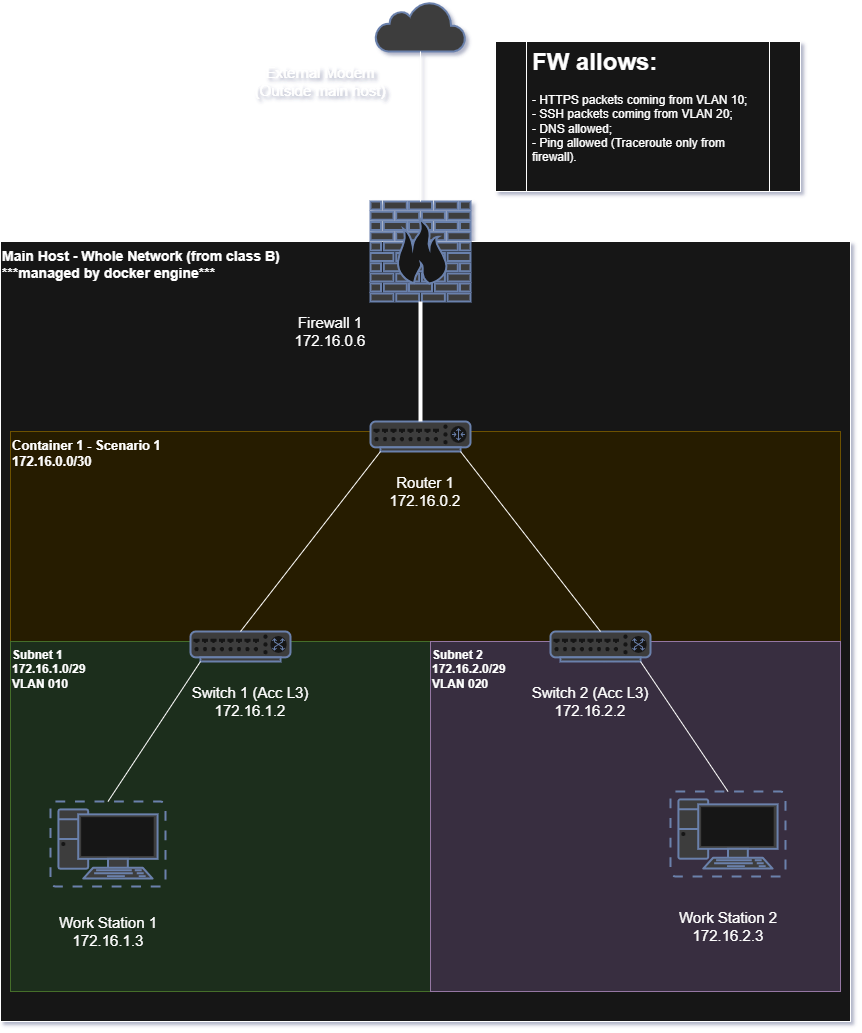
The draw.io diagram scenario-2/topology-2.png in AlmeidaCaio/computer-networks-tests, before a commit. Source tidied: cells renumbered, new cells last; positions are measured from the earlier drawing's top-left corner, leaving out a move shared by most shapes. The source it was exported from:
```xml
<mxGraphModel>
  <root>
    <mxCell id="0" />
    <mxCell id="1" parent="0" />
    <mxCell id="2" value="&lt;b style=&quot;font-size: 14px;&quot;&gt;Main Host - Whole Network (from class B)&lt;br&gt;***managed by docker engine***&lt;br&gt;&lt;/b&gt;" style="rounded=0;whiteSpace=wrap;html=1;verticalAlign=top;align=left;" parent="1" vertex="1">
      <mxGeometry y="240" width="850" height="780" as="geometry" />
    </mxCell>
    <mxCell id="3" value="&lt;b style=&quot;font-size: 13px;&quot;&gt;Container 1 - Scenario 1&lt;br&gt;172.16.0.0/30&lt;br&gt;&lt;/b&gt;" style="rounded=0;whiteSpace=wrap;html=1;fillColor=#fff2cc;strokeColor=#d6b656;verticalAlign=top;align=left;" parent="1" vertex="1">
      <mxGeometry x="10" y="430" width="830" height="210" as="geometry" />
    </mxCell>
    <mxCell id="4" value="&lt;b&gt;Subnet 1&lt;br&gt;172.16.1.0/29&lt;br&gt;VLAN 010&lt;/b&gt;" style="rounded=0;whiteSpace=wrap;html=1;fillColor=#d5e8d4;strokeColor=#82b366;verticalAlign=top;align=left;" parent="1" vertex="1">
      <mxGeometry x="10" y="640" width="420" height="350" as="geometry" />
    </mxCell>
    <mxCell id="5" style="fontColor=#0066CC;verticalAlign=top;verticalLabelPosition=bottom;labelPosition=center;align=center;html=1;outlineConnect=0;fillColor=#CCCCCC;strokeColor=#6881B3;gradientColor=none;gradientDirection=north;strokeWidth=2;shape=mxgraph.networks.virtual_pc;" parent="1" vertex="1">
      <mxGeometry x="50" y="800" width="115" height="85" as="geometry" />
    </mxCell>
    <mxCell id="6" value="&lt;b&gt;Subnet 2&lt;br&gt;172.16.2.0/29&lt;br&gt;VLAN 020&lt;/b&gt;" style="rounded=0;whiteSpace=wrap;html=1;fillColor=#e1d5e7;strokeColor=#9673a6;verticalAlign=top;align=left;" parent="1" vertex="1">
      <mxGeometry x="430" y="640" width="410" height="350" as="geometry" />
    </mxCell>
    <mxCell id="7" style="fontColor=#0066CC;verticalAlign=top;verticalLabelPosition=bottom;labelPosition=center;align=center;html=1;outlineConnect=0;fillColor=#CCCCCC;strokeColor=#6881B3;gradientColor=none;gradientDirection=north;strokeWidth=2;shape=mxgraph.networks.virtual_pc;" parent="1" vertex="1">
      <mxGeometry x="670" y="790" width="115" height="85" as="geometry" />
    </mxCell>
    <mxCell id="8" style="fontColor=#0066CC;verticalAlign=top;verticalLabelPosition=bottom;labelPosition=center;align=center;html=1;outlineConnect=0;fillColor=#CCCCCC;strokeColor=#6881B3;gradientColor=none;gradientDirection=north;strokeWidth=2;shape=mxgraph.networks.switch;" parent="1" vertex="1">
      <mxGeometry x="190" y="630" width="100" height="30" as="geometry" />
    </mxCell>
    <mxCell id="9" style="fontColor=#0066CC;verticalAlign=top;verticalLabelPosition=bottom;labelPosition=center;align=center;html=1;outlineConnect=0;fillColor=#CCCCCC;strokeColor=#6881B3;gradientColor=none;gradientDirection=north;strokeWidth=2;shape=mxgraph.networks.switch;" parent="1" vertex="1">
      <mxGeometry x="550" y="630" width="100" height="30" as="geometry" />
    </mxCell>
    <mxCell id="10" style="fontColor=#0066CC;verticalAlign=top;verticalLabelPosition=bottom;labelPosition=center;align=center;html=1;outlineConnect=0;fillColor=#CCCCCC;strokeColor=#6881B3;gradientColor=none;gradientDirection=north;strokeWidth=2;shape=mxgraph.networks.router;" parent="1" vertex="1">
      <mxGeometry x="370" y="420" width="100" height="30" as="geometry" />
    </mxCell>
    <mxCell id="11" style="fontColor=#0066CC;verticalAlign=top;verticalLabelPosition=bottom;labelPosition=center;align=center;html=1;outlineConnect=0;fillColor=#CCCCCC;strokeColor=#6881B3;gradientColor=none;gradientDirection=north;strokeWidth=2;shape=mxgraph.networks.firewall;" parent="1" vertex="1">
      <mxGeometry x="370" y="200" width="100" height="100" as="geometry" />
    </mxCell>
    <mxCell id="12" style="html=1;outlineConnect=0;fillColor=#CCCCCC;strokeColor=#6881B3;gradientColor=none;gradientDirection=north;strokeWidth=2;shape=mxgraph.networks.cloud;fontColor=#ffffff;" parent="1" vertex="1">
      <mxGeometry x="375" width="90" height="50" as="geometry" />
    </mxCell>
    <mxCell id="13" style="endArrow=none;html=1;rounded=0;entryX=0.5;entryY=1;entryDx=0;entryDy=0;entryPerimeter=0;exitX=0.5;exitY=0;exitDx=0;exitDy=0;exitPerimeter=0;" parent="1" edge="1" source="11" target="12">
      <mxGeometry relative="1" as="geometry" />
    </mxCell>
    <mxCell id="14" style="endArrow=none;html=1;rounded=0;entryX=0.5;entryY=1;entryDx=0;entryDy=0;entryPerimeter=0;exitX=0.5;exitY=0;exitDx=0;exitDy=0;exitPerimeter=0;strokeWidth=4;" parent="1" edge="1" source="10" target="11">
      <mxGeometry relative="1" as="geometry" />
    </mxCell>
    <mxCell id="15" style="endArrow=none;html=1;rounded=0;entryX=0.1;entryY=1;entryDx=0;entryDy=0;entryPerimeter=0;exitX=0.5;exitY=0;exitDx=0;exitDy=0;exitPerimeter=0;" parent="1" edge="1" source="8" target="10">
      <mxGeometry relative="1" as="geometry" />
    </mxCell>
    <mxCell id="16" style="endArrow=none;html=1;rounded=0;entryX=0.9;entryY=1;entryDx=0;entryDy=0;entryPerimeter=0;exitX=0.5;exitY=0;exitDx=0;exitDy=0;exitPerimeter=0;" parent="1" edge="1" source="9" target="10">
      <mxGeometry relative="1" as="geometry" />
    </mxCell>
    <mxCell id="17" style="endArrow=none;html=1;rounded=0;entryX=0.1;entryY=1;entryDx=0;entryDy=0;entryPerimeter=0;exitX=0.5;exitY=0;exitDx=0;exitDy=0;exitPerimeter=0;" parent="1" edge="1" source="5" target="8">
      <mxGeometry relative="1" as="geometry" />
    </mxCell>
    <mxCell id="18" style="endArrow=none;html=1;rounded=0;entryX=0.9;entryY=1;entryDx=0;entryDy=0;entryPerimeter=0;exitX=0.5;exitY=0;exitDx=0;exitDy=0;exitPerimeter=0;" parent="1" edge="1" source="7" target="9">
      <mxGeometry relative="1" as="geometry" />
    </mxCell>
    <mxCell id="19" value="Work Station 1&lt;br&gt;172.16.1.3" style="text;html=1;align=center;verticalAlign=middle;whiteSpace=wrap;rounded=0;fontSize=15;" parent="1" vertex="1">
      <mxGeometry x="37.5" y="890" width="140" height="80" as="geometry" />
    </mxCell>
    <mxCell id="20" value="Work Station 2&lt;br&gt;172.16.2.3" style="text;html=1;align=center;verticalAlign=middle;whiteSpace=wrap;rounded=0;fontSize=15;" parent="1" vertex="1">
      <mxGeometry x="657.5" y="885" width="140" height="80" as="geometry" />
    </mxCell>
    <mxCell id="21" value="Switch 1 (Acc L3)&lt;br&gt;172.16.1.2" style="text;html=1;align=center;verticalAlign=middle;whiteSpace=wrap;rounded=0;fontSize=15;" parent="1" vertex="1">
      <mxGeometry x="180" y="660" width="140" height="80" as="geometry" />
    </mxCell>
    <mxCell id="22" value="Switch 2 (Acc L3)&lt;br&gt;172.16.2.2" style="text;html=1;align=center;verticalAlign=middle;whiteSpace=wrap;rounded=0;fontSize=15;" parent="1" vertex="1">
      <mxGeometry x="520" y="660" width="140" height="80" as="geometry" />
    </mxCell>
    <mxCell id="23" value="Router 1&lt;br&gt;172.16.0.2" style="text;html=1;align=center;verticalAlign=middle;whiteSpace=wrap;rounded=0;fontSize=15;" parent="1" vertex="1">
      <mxGeometry x="355" y="450" width="140" height="80" as="geometry" />
    </mxCell>
    <mxCell id="24" value="Firewall 1&lt;br&gt;172.16.0.6" style="text;html=1;align=center;verticalAlign=middle;whiteSpace=wrap;rounded=0;fontSize=15;" parent="1" vertex="1">
      <mxGeometry x="260" y="290" width="140" height="80" as="geometry" />
    </mxCell>
    <mxCell id="25" value="External Modem&lt;br&gt;(Outside main host)" style="text;html=1;align=center;verticalAlign=middle;whiteSpace=wrap;rounded=0;fontSize=15;" parent="1" vertex="1">
      <mxGeometry x="250" y="40" width="140" height="80" as="geometry" />
    </mxCell>
    <mxCell id="26" style="shape=process;whiteSpace=wrap;html=1;backgroundOutline=1;" parent="1" vertex="1">
      <mxGeometry x="495" y="40" width="305" height="150" as="geometry" />
    </mxCell>
    <mxCell id="27" value="&lt;h1 style=&quot;margin-top: 0px;&quot;&gt;FW allows:&lt;/h1&gt;&lt;p&gt;&lt;span style=&quot;background-color: transparent; color: light-dark(rgb(0, 0, 0), rgb(255, 255, 255));&quot;&gt;- HTTPS packets coming from VLAN 10;&lt;br&gt;&lt;/span&gt;&lt;span style=&quot;background-color: transparent; color: light-dark(rgb(0, 0, 0), rgb(255, 255, 255));&quot;&gt;- SSH packets coming from VLAN 20;&lt;br&gt;- DNS allowed;&lt;br&gt;- Ping allowed (Traceroute only from firewall).&lt;/span&gt;&lt;/p&gt;" style="text;html=1;whiteSpace=wrap;overflow=hidden;rounded=0;" parent="1" vertex="1">
      <mxGeometry x="530" y="40" width="220" height="150" as="geometry" />
    </mxCell>
  </root>
</mxGraphModel>
```
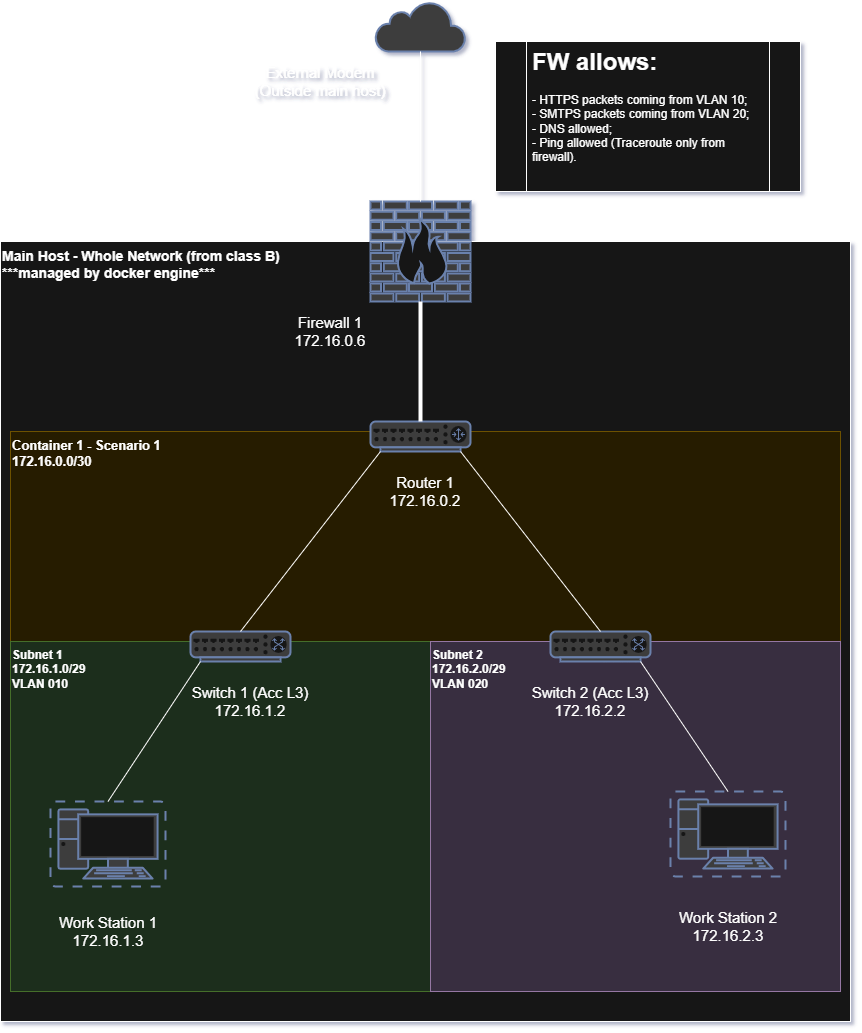
Later version of the same file.

Commit message:
Changes ports of container, adds SMTPS

Diff of the diagram source:
```diff
@@ -77,7 +77,7 @@
     <mxCell id="26" style="shape=process;whiteSpace=wrap;html=1;backgroundOutline=1;" parent="1" vertex="1">
       <mxGeometry x="495" y="40" width="305" height="150" as="geometry" />
     </mxCell>
-    <mxCell id="27" value="&lt;h1 style=&quot;margin-top: 0px;&quot;&gt;FW allows:&lt;/h1&gt;&lt;p&gt;&lt;span style=&quot;background-color: transparent; color: light-dark(rgb(0, 0, 0), rgb(255, 255, 255));&quot;&gt;- HTTPS packets coming from VLAN 10;&lt;br&gt;&lt;/span&gt;&lt;span style=&quot;background-color: transparent; color: light-dark(rgb(0, 0, 0), rgb(255, 255, 255));&quot;&gt;- SSH packets coming from VLAN 20;&lt;br&gt;- DNS allowed;&lt;br&gt;- Ping allowed (Traceroute only from firewall).&lt;/span&gt;&lt;/p&gt;" style="text;html=1;whiteSpace=wrap;overflow=hidden;rounded=0;" parent="1" vertex="1">
+    <mxCell id="27" value="&lt;h1 style=&quot;margin-top: 0px;&quot;&gt;FW allows:&lt;/h1&gt;&lt;p&gt;&lt;span style=&quot;background-color: transparent; color: light-dark(rgb(0, 0, 0), rgb(255, 255, 255));&quot;&gt;- HTTPS packets coming from VLAN 10;&lt;br&gt;&lt;/span&gt;&lt;span style=&quot;background-color: transparent; color: light-dark(rgb(0, 0, 0), rgb(255, 255, 255));&quot;&gt;- SMTPS packets coming from VLAN 20;&lt;br&gt;- DNS allowed;&lt;br&gt;- Ping allowed (Traceroute only from firewall).&lt;/span&gt;&lt;/p&gt;" style="text;html=1;whiteSpace=wrap;overflow=hidden;rounded=0;" parent="1" vertex="1">
       <mxGeometry x="530" y="40" width="220" height="150" as="geometry" />
     </mxCell>
   </root>
```
